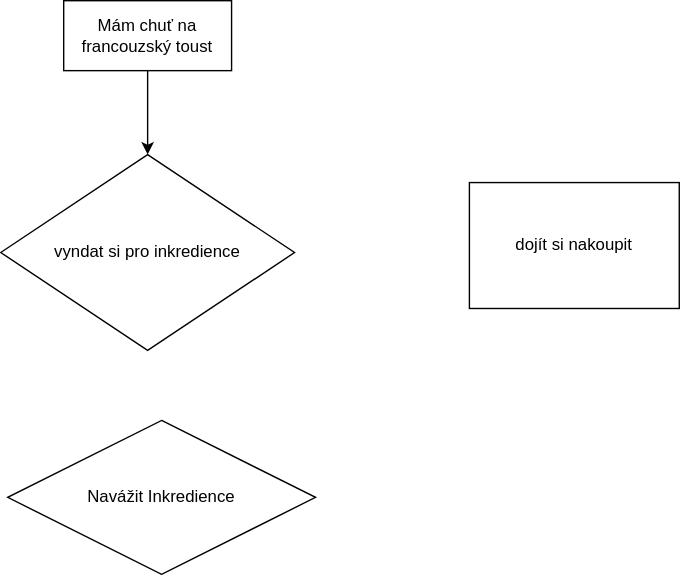
PetrMachacka/diagrams.net keeps this draw.io diagram as Francouzský toast.drawio.svg. Above is the earlier version. Source tidied: cells renumbered, new cells last; positions are measured from the earlier drawing's top-left corner, leaving out a move shared by most shapes.
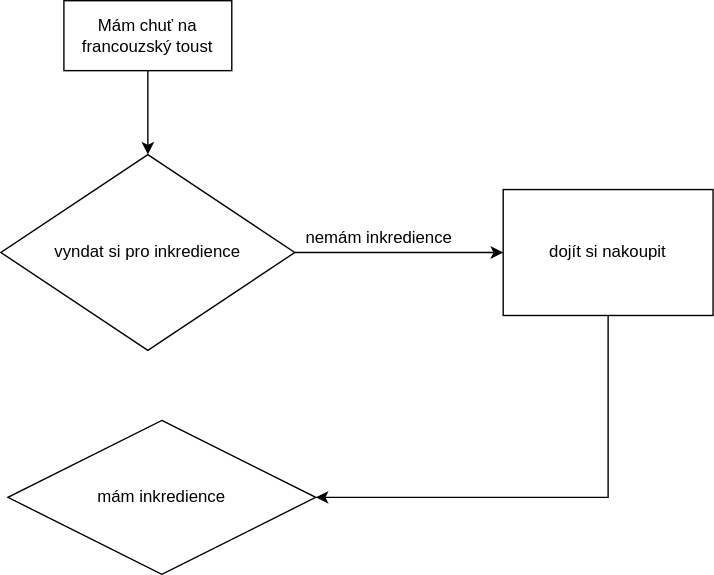
After the commit.

Change to the diagram source:
```diff
@@ -8,14 +8,27 @@
     <mxCell id="3" value="Mám chuť na francouzský toust" style="rounded=0;whiteSpace=wrap;html=1;" parent="1" vertex="1">
       <mxGeometry x="45" width="120" height="50" as="geometry" />
     </mxCell>
+    <mxCell id="7" style="edgeStyle=orthogonalEdgeStyle;rounded=0;jettySize=auto;html=1;exitX=1;exitY=0.5;exitDx=0;exitDy=0;entryX=0;entryY=0.5;entryDx=0;entryDy=0;" parent="1" edge="1" source="4" target="6">
+      <mxGeometry relative="1" as="geometry" />
+    </mxCell>
     <mxCell id="4" value="vyndat si pro inkredience&lt;br&gt;" style="rhombus;whiteSpace=wrap;html=1;" parent="1" vertex="1">
       <mxGeometry y="110" width="210" height="140" as="geometry" />
     </mxCell>
-    <mxCell id="5" value="Navážit Inkredience" style="rhombus;whiteSpace=wrap;html=1;" parent="1" vertex="1">
+    <mxCell id="5" value="mám inkredience" style="rhombus;whiteSpace=wrap;html=1;" parent="1" vertex="1">
       <mxGeometry x="5" y="300" width="220" height="110" as="geometry" />
     </mxCell>
+    <mxCell id="8" style="edgeStyle=orthogonalEdgeStyle;rounded=0;jettySize=auto;html=1;exitX=0.5;exitY=1;exitDx=0;exitDy=0;entryX=1;entryY=0.5;entryDx=0;entryDy=0;" parent="1" edge="1" source="6" target="5">
+      <mxGeometry relative="1" as="geometry">
+        <Array as="points">
+          <mxPoint x="434" y="355" />
+        </Array>
+      </mxGeometry>
+    </mxCell>
     <mxCell id="6" value="dojít si nakoupit" style="rounded=0;whiteSpace=wrap;html=1;" parent="1" vertex="1">
-      <mxGeometry x="335" y="130" width="150" height="90" as="geometry" />
+      <mxGeometry x="359" y="135" width="150" height="90" as="geometry" />
     </mxCell>
+    <mxCell id="9" value="nemám inkredience" style="text;html=1;align=center;verticalAlign=middle;strokeColor=none;fillColor=none;" parent="1" vertex="1">
+      <mxGeometry x="210" y="160" width="120" height="20" as="geometry" />
+    </mxCell>
   </root>
 </mxGraphModel>
```
